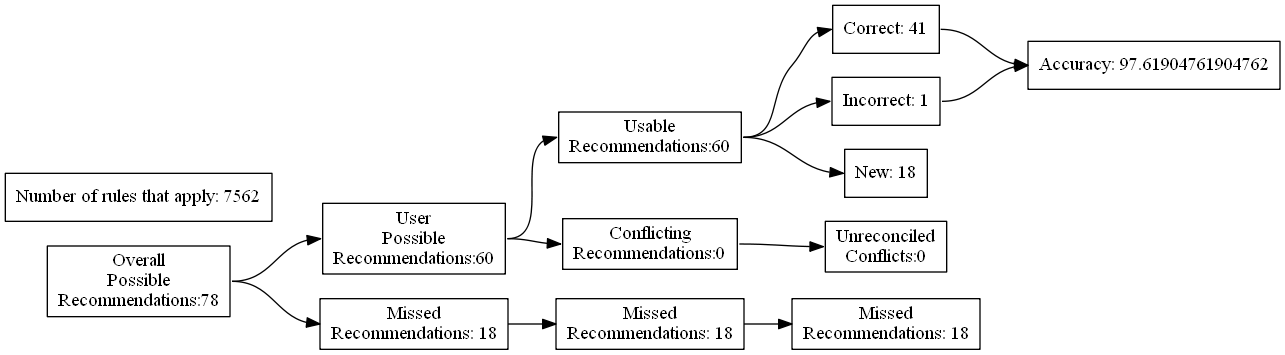
Earlier version of the Graphviz export test_renders/83.gv.png (ZaxR/ibd_diet_analysis). Its source is kept beside it as test_renders/83.gv.
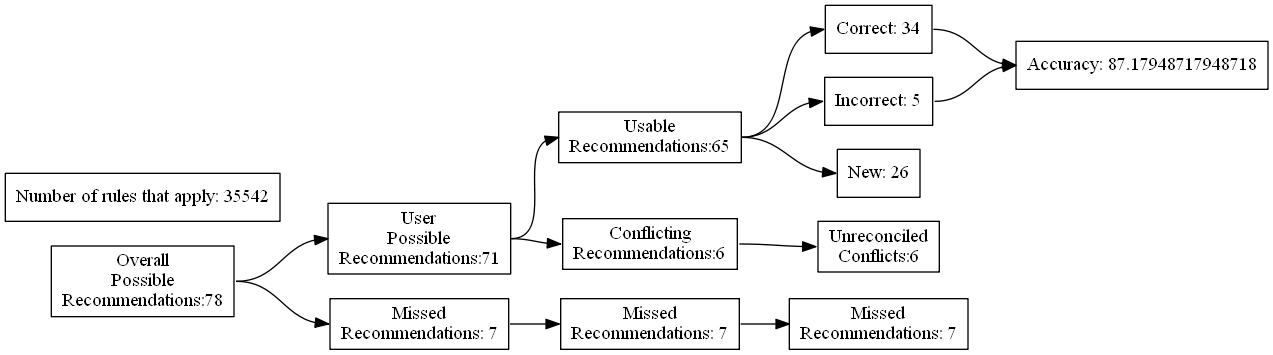
The same diagram one commit later.

The edit, as a diff of the source:
```diff
@@ -7,24 +7,24 @@
 Recommendations:78"]
 		B [label="User
 Possible
-Recommendations:60"]
+Recommendations:71"]
 		C [label="Missed
-Recommendations: 18"]
+Recommendations: 7"]
 		D [label="Usable
-Recommendations:60"]
+Recommendations:65"]
 		E [label="Conflicting
-Recommendations:0"]
+Recommendations:6"]
 		J [label="Missed
-Recommendations: 18"]
+Recommendations: 7"]
 		M [label="Unreconciled
-Conflicts:0"]
-		F [label="Correct: 41"]
-		G [label="Incorrect: 1"]
-		H [label="New: 18"]
+Conflicts:6"]
+		F [label="Correct: 34"]
+		G [label="Incorrect: 5"]
+		H [label="New: 26"]
 		K [label="Missed
-Recommendations: 18"]
-		I [label="Accuracy: 97.61904761904762"]
-		l [label="Number of rules that apply: 7562"]
+Recommendations: 7"]
+		I [label="Accuracy: 87.17948717948718"]
+		l [label="Number of rules that apply: 35542"]
 			A -> B
 			A -> C
 			B -> D
```
